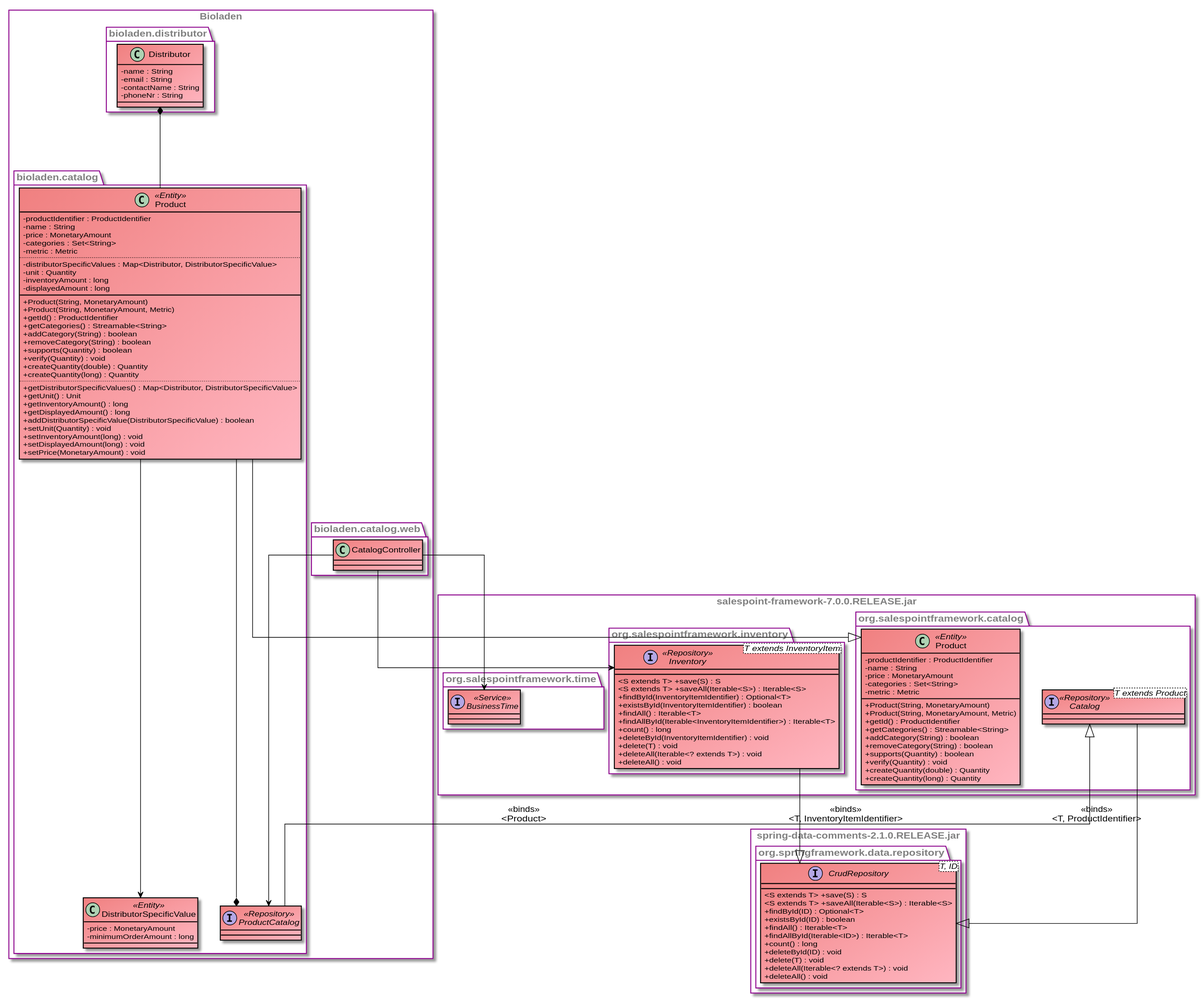
LimitlessGreen/swt18w43 keeps this PlantUML diagram as src/main/asciidoc/models/design/DesignInventoryDepartment.svg. Above is the earlier version.
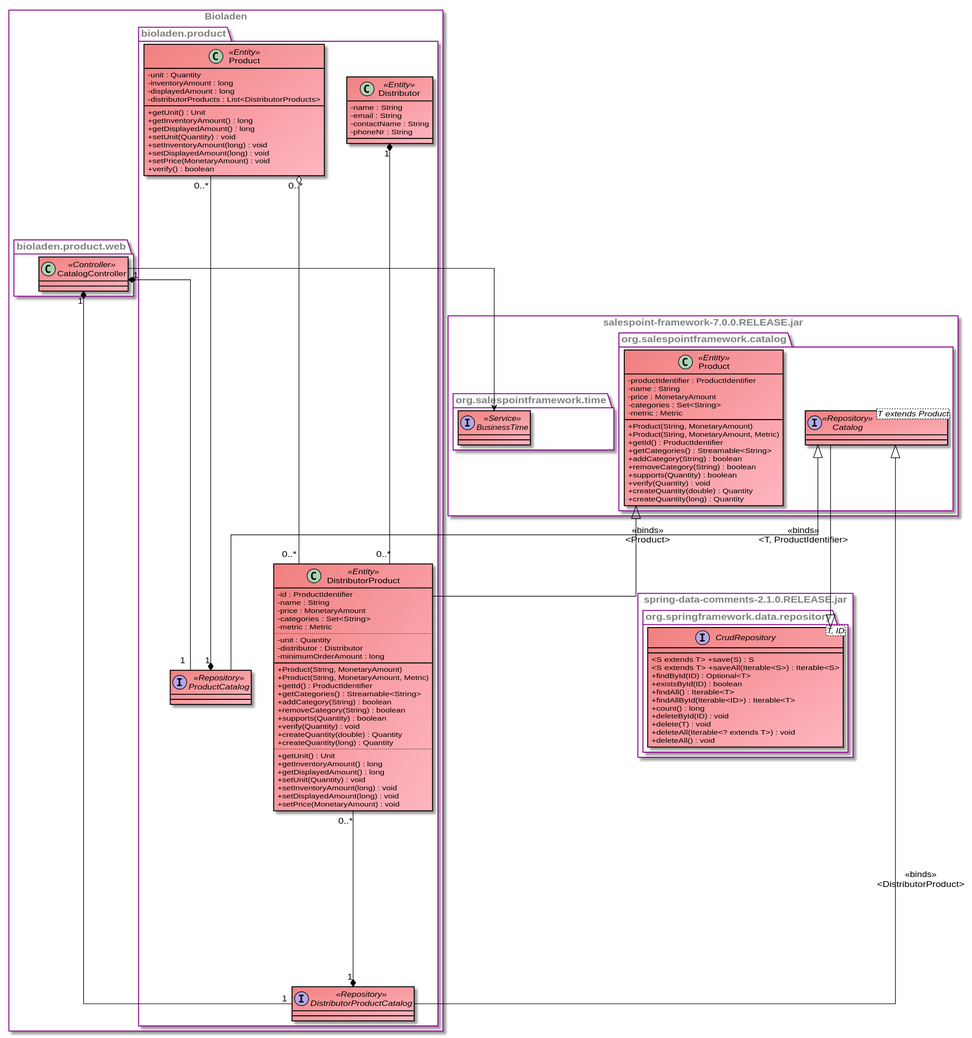
After the commit.

Commit message:
[Design] improved Inventory and added Order

The edit, as a diff of the source:
```diff
@@ -50,22 +50,7 @@
         }
     }
 
-    package org.salespointframework.inventory {
-        interface Inventory <T extends InventoryItem> <<Repository>> {
-            <S extends T> +save(S) : S
-            <S extends T> +saveAll(Iterable<S​>) : Iterable<S>
-            +findById(InventoryItemIdentifier) : Optional<T>
-            +existsById(InventoryItemIdentifier) : boolean
-            +findAll() : Iterable<T>
-            +findAllById(Iterable<InventoryItemIdentifier>) : Iterable<T>
-            +count() : long
-            +deleteById(InventoryItemIdentifier) : void
-            +delete(T) : void
-            +deleteAll(Iterable<? extends T>) : void
-            +deleteAll() : void
-        }
 
-    }
 }
 
 
@@ -90,23 +75,26 @@
 
 rectangle Bioladen {
 
-    namespace bioladen.catalog {
+    namespace bioladen.product {
 
         interface ProductCatalog <<Repository>> {
 
         }
 
-        class Product <<Entity>> extends org.salespointframework.catalog.Product {
-            -productIdentifier : ProductIdentifier
+        interface DistributorProductCatalog <<Repository>> {
+
+        }
+
+        class DistributorProduct <<Entity>> extends org.salespointframework.catalog.Product {
+            -id : ProductIdentifier
             -name : String
             -price : MonetaryAmount
             -categories : Set<String>
             -metric : Metric
             ..
-            -distributorSpecificValues : Map<Distributor, DistributorSpecificValue>
             -unit : Quantity
-            -inventoryAmount : long
-            -displayedAmount : long
+            -distributor : Distributor
+            -minimumOrderAmount : long
             __
             +Product(String, MonetaryAmount)
             +Product(String, MonetaryAmount, Metric)
@@ -119,53 +107,66 @@
             +createQuantity(double) : Quantity
             +createQuantity(long) : Quantity
             ..
-            +getDistributorSpecificValues() : Map<Distributor, DistributorSpecificValue>
             +getUnit() : Unit
             +getInventoryAmount() : long
             +getDisplayedAmount() : long
-            +addDistributorSpecificValue(DistributorSpecificValue) : boolean
             +setUnit(Quantity) : void
             +setInventoryAmount(long) : void
             +setDisplayedAmount(long) : void
             +setPrice(MonetaryAmount) : void
         }
 
-        class DistributorSpecificValue <<Entity>>{
-            -price : MonetaryAmount
-            -minimumOrderAmount : long
+        class Product <<Entity>> {
+            -unit : Quantity
+            -inventoryAmount : long
+            -displayedAmount : long
+            -distributorProducts : List<DistributorProducts>
+
+            +getUnit() : Unit
+            +getInventoryAmount() : long
+            +getDisplayedAmount() : long
+            +setUnit(Quantity) : void
+            +setInventoryAmount(long) : void
+            +setDisplayedAmount(long) : void
+            +setPrice(MonetaryAmount) : void
+            +verify() : boolean
         }
+
+        class Distributor <<Entity>> {
+        -name : String
+        -email : String
+        -contactName : String
+        -phoneNr : String
+         }
 
 
 
-        Product --* ProductCatalog
+
+        Product "0..*" o-- "0..*" DistributorProduct
+        DistributorProduct "0..*" --* "1" DistributorProductCatalog
+        Product "0..*" --* "1" ProductCatalog
 
 
     }
 
-    package bioladen.catalog.web {
-        class CatalogController {
+    package bioladen.product.web {
+        class CatalogController <<Controller>> {
 
         }
     }
 
-    namespace bioladen.distributor {
-        class Distributor {
-            -name : String
-            -email : String
-            -contactName : String
-            -phoneNr : String
-        }
-    }
+
+
+
 
 }
 
-CatalogController --> bioladen.catalog.ProductCatalog
+CatalogController "1" *-- "1" bioladen.product.ProductCatalog
+CatalogController "1" *-- "1" bioladen.product.DistributorProductCatalog
 CatalogController --> BusinessTime
-CatalogController --> Inventory
 org.salespointframework.catalog.Catalog --|> org.springframework.data.repository.CrudRepository: <<binds>>\n<T, ProductIdentifier>
-Inventory --|> org.springframework.data.repository.CrudRepository: <<binds>>\n<T, InventoryItemIdentifier>
-bioladen.catalog.Product --> bioladen.catalog.DistributorSpecificValue
-org.salespointframework.catalog.Catalog <|-- bioladen.catalog.ProductCatalog: <<binds>>\n<Product>
-bioladen.distributor.Distributor *-- bioladen.catalog.Product
+org.salespointframework.catalog.Catalog <|-- bioladen.product.ProductCatalog: <<binds>>\n<Product>
+org.salespointframework.catalog.Catalog <|-- bioladen.product.DistributorProductCatalog: <<binds>>\n<DistributorProduct>
+bioladen.product.Distributor "1" *-- "0..*" bioladen.product.DistributorProduct
 
 @enduml
```
